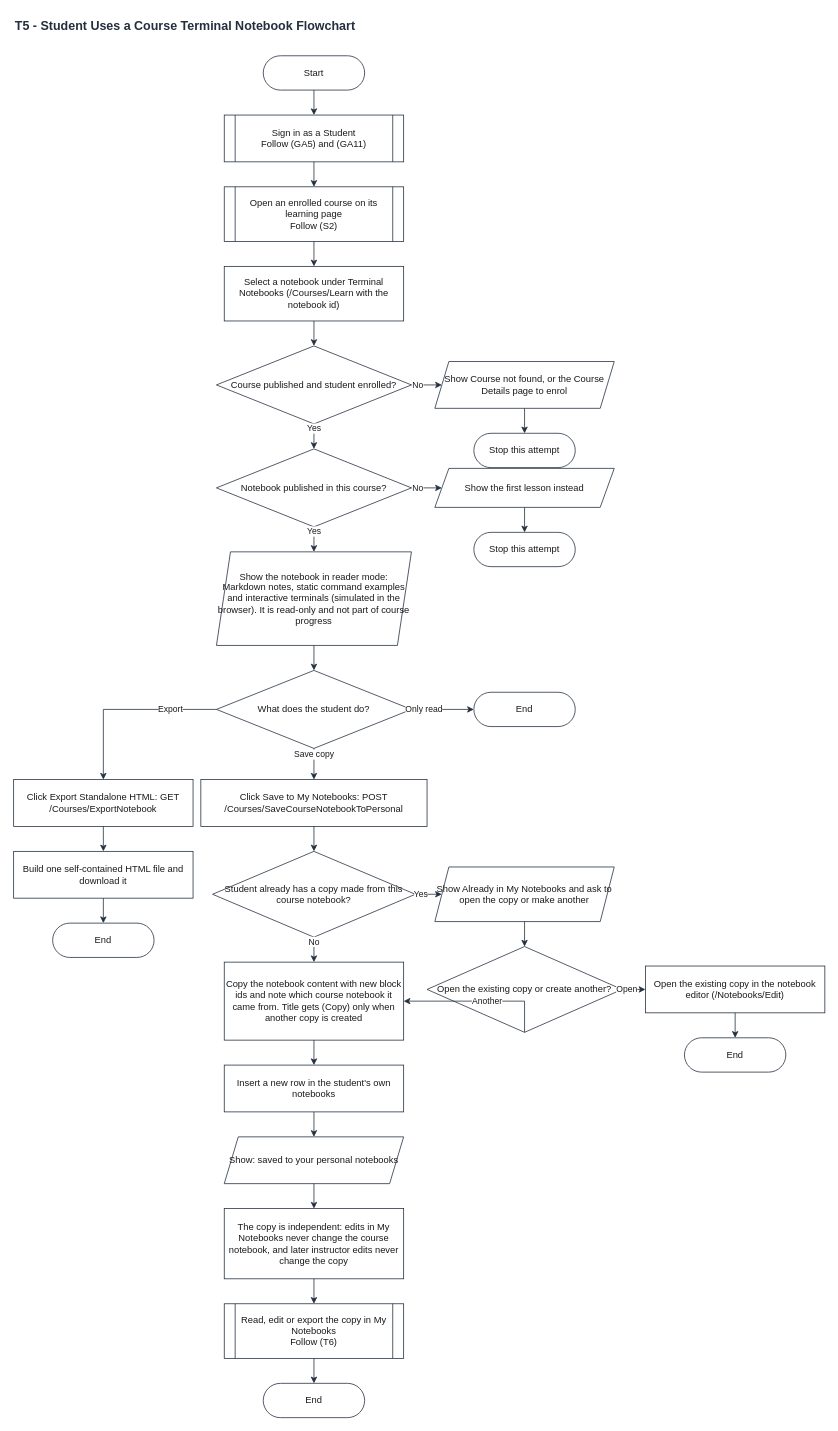
This is UML DIAGRAMS/HackAcad_Terminal_Flowcharts/HackAcad_T5_Student_Use_Course_Notebook.drawio from pikaitoh/HackAcad.Web, a draw.io file, before an edit. Source tidied: cells renumbered, new cells numbered last; positions are measured from the earlier drawing's top-left corner, leaving out a move shared by most shapes. Both pictures are drawn from the tidied source at 78%, with x=0, y=0 at pixel (13, 13).
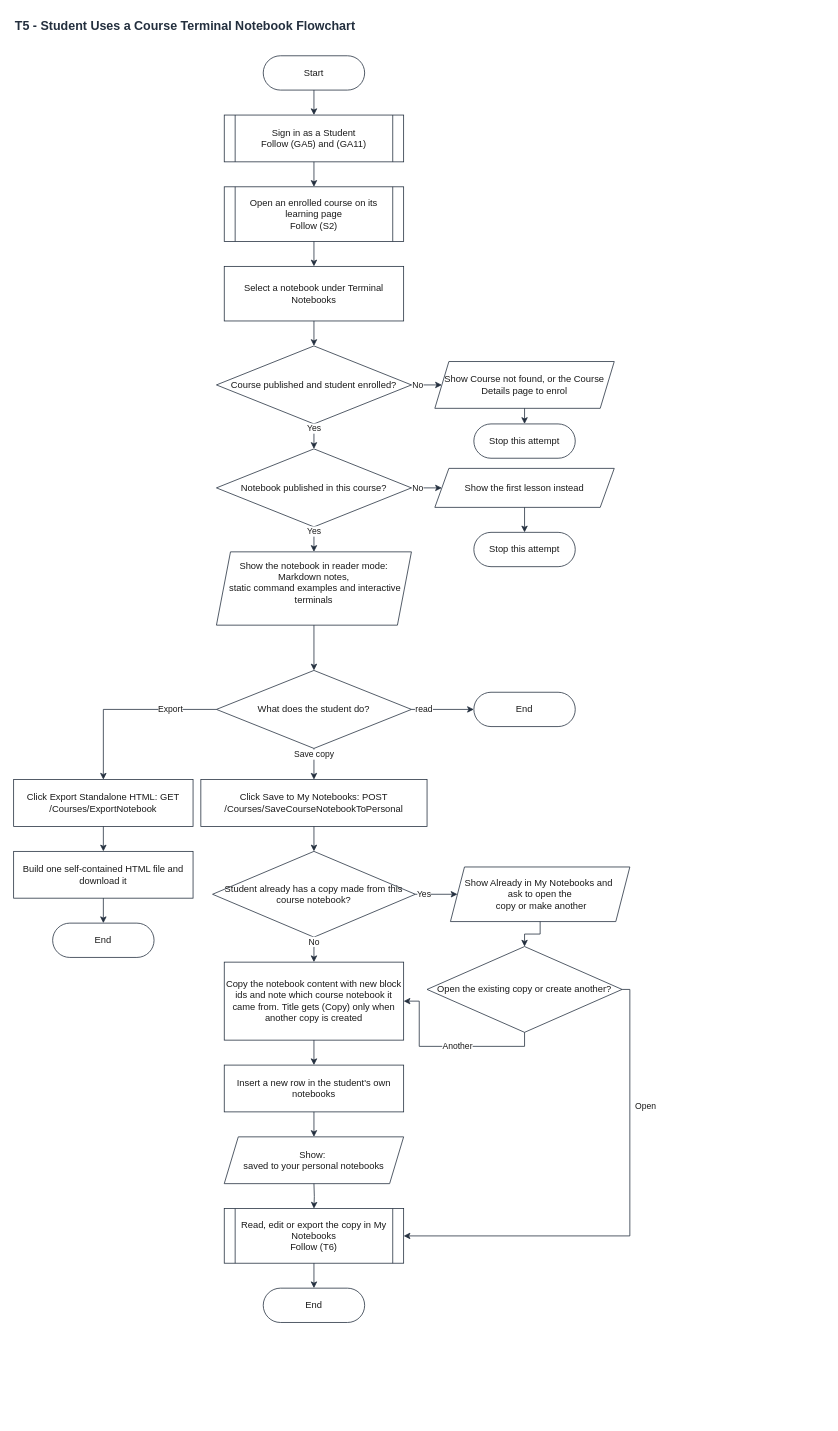
After the change.

Commit message (it also covers changes not shown here):
updated terminal flowchart

Unchanged cells that the change refers to:
```xml
<mxCell id="14" value="What does the student do?" style="rhombus;whiteSpace=wrap;html=1;fontFamily=Helvetica;fontSize=12;fontColor=#1A1A1A;strokeColor=#232F3E;fillColor=#FFFFFF;strokeWidth=1;" parent="1" vertex="1">
  <mxGeometry x="260" y="842" width="250" height="100" as="geometry" />
</mxCell>
<mxCell id="18" value="End" style="rounded=1;arcSize=50;whiteSpace=wrap;html=1;fontFamily=Helvetica;fontSize=12;fontColor=#1A1A1A;strokeColor=#232F3E;fillColor=#FFFFFF;strokeWidth=1;" parent="1" vertex="1">
  <mxGeometry x="590" y="870" width="130" height="44" as="geometry" />
</mxCell>
<mxCell id="22" value="Open the existing copy or create another?" style="rhombus;whiteSpace=wrap;html=1;fontFamily=Helvetica;fontSize=12;fontColor=#1A1A1A;strokeColor=#232F3E;fillColor=#FFFFFF;strokeWidth=1;" parent="1" vertex="1">
  <mxGeometry x="530" y="1196" width="250" height="110" as="geometry" />
</mxCell>
<mxCell id="25" value="Copy the notebook content with new block ids and note which course notebook it came from. Title gets (Copy) only when another copy is created" style="rounded=0;whiteSpace=wrap;html=1;fontFamily=Helvetica;fontSize=12;fontColor=#1A1A1A;strokeColor=#232F3E;fillColor=#FFFFFF;strokeWidth=1;" parent="1" vertex="1">
  <mxGeometry x="270" y="1216" width="230" height="100" as="geometry" />
</mxCell>
```

Diff of the diagram source:
```diff
@@
-    <mxCell id="6" value="Select a notebook under Terminal Notebooks (/Courses/Learn with the notebook id)" style="rounded=0;whiteSpace=wrap;html=1;fontFamily=Helvetica;fontSize=12;fontColor=#1A1A1A;strokeColor=#232F3E;fillColor=#FFFFFF;strokeWidth=1;" parent="1" vertex="1">
+    <mxCell id="6" value="Select a notebook under Terminal Notebooks" style="rounded=0;whiteSpace=wrap;html=1;fontFamily=Helvetica;fontSize=12;fontColor=#1A1A1A;strokeColor=#232F3E;fillColor=#FFFFFF;strokeWidth=1;" parent="1" vertex="1">
       <mxGeometry x="270" y="324" width="230" height="70" as="geometry" />
     </mxCell>
@@
     <mxCell id="9" value="Stop this attempt" style="rounded=1;arcSize=50;whiteSpace=wrap;html=1;fontFamily=Helvetica;fontSize=12;fontColor=#1A1A1A;strokeColor=#232F3E;fillColor=#FFFFFF;strokeWidth=1;" parent="1" vertex="1">
-      <mxGeometry x="590" y="538" width="130" height="44" as="geometry" />
+      <mxGeometry x="590" y="526" width="130" height="44" as="geometry" />
     </mxCell>
@@
-    <mxCell id="13" value="Show the notebook in reader mode: Markdown notes, static command examples and interactive terminals (simulated in the browser). It is read-only and not part of course progress" style="shape=parallelogram;perimeter=parallelogramPerimeter;fixedSize=1;size=18;whiteSpace=wrap;html=1;fontFamily=Helvetica;fontSize=12;fontColor=#1A1A1A;strokeColor=#232F3E;fillColor=#FFFFFF;strokeWidth=1;" parent="1" vertex="1">
-      <mxGeometry x="260" y="690" width="250" height="120" as="geometry" />
+    <mxCell id="13" value="&lt;div&gt;Show the notebook in reader mode: Markdown notes,&lt;/div&gt;&lt;div&gt;&amp;nbsp;static command examples and interactive terminals&lt;/div&gt;&lt;div&gt;&lt;br&gt;&lt;/div&gt;" style="shape=parallelogram;perimeter=parallelogramPerimeter;fixedSize=1;size=18;whiteSpace=wrap;html=1;fontFamily=Helvetica;fontSize=12;fontColor=#1A1A1A;strokeColor=#232F3E;fillColor=#FFFFFF;strokeWidth=1;" parent="1" vertex="1">
+      <mxGeometry x="260" y="690" width="250" height="94" as="geometry" />
     </mxCell>
@@
-    <mxCell id="21" value="Show Already in My Notebooks and ask to open the copy or make another" style="shape=parallelogram;perimeter=parallelogramPerimeter;fixedSize=1;size=18;whiteSpace=wrap;html=1;fontFamily=Helvetica;fontSize=12;fontColor=#1A1A1A;strokeColor=#232F3E;fillColor=#FFFFFF;strokeWidth=1;" parent="1" vertex="1">
-      <mxGeometry x="540" y="1094" width="230" height="70" as="geometry" />
+    <mxCell id="21" value="&lt;div&gt;Show Already in My Notebooks and&amp;nbsp;&lt;/div&gt;&lt;div&gt;ask to open the&lt;/div&gt;&lt;div&gt;&amp;nbsp;copy or make another&lt;/div&gt;" style="shape=parallelogram;perimeter=parallelogramPerimeter;fixedSize=1;size=18;whiteSpace=wrap;html=1;fontFamily=Helvetica;fontSize=12;fontColor=#1A1A1A;strokeColor=#232F3E;fillColor=#FFFFFF;strokeWidth=1;" parent="1" vertex="1">
+      <mxGeometry x="560" y="1094" width="230" height="70" as="geometry" />
     </mxCell>
@@
-    <mxCell id="23" value="Open the existing copy in the notebook editor (/Notebooks/Edit)" style="rounded=0;whiteSpace=wrap;html=1;fontFamily=Helvetica;fontSize=12;fontColor=#1A1A1A;strokeColor=#232F3E;fillColor=#FFFFFF;strokeWidth=1;" parent="1" vertex="1">
-      <mxGeometry x="810" y="1221" width="230" height="60" as="geometry" />
-    </mxCell>
-    <mxCell id="24" value="End" style="rounded=1;arcSize=50;whiteSpace=wrap;html=1;fontFamily=Helvetica;fontSize=12;fontColor=#1A1A1A;strokeColor=#232F3E;fillColor=#FFFFFF;strokeWidth=1;" parent="1" vertex="1">
-      <mxGeometry x="860" y="1313" width="130" height="44" as="geometry" />
-    </mxCell>
@@
-    <mxCell id="27" value="Show: saved to your personal notebooks" style="shape=parallelogram;perimeter=parallelogramPerimeter;fixedSize=1;size=18;whiteSpace=wrap;html=1;fontFamily=Helvetica;fontSize=12;fontColor=#1A1A1A;strokeColor=#232F3E;fillColor=#FFFFFF;strokeWidth=1;" parent="1" vertex="1">
+    <mxCell id="27" value="&lt;div&gt;Show:&amp;nbsp;&lt;/div&gt;&lt;div&gt;saved to your personal notebooks&lt;/div&gt;" style="shape=parallelogram;perimeter=parallelogramPerimeter;fixedSize=1;size=18;whiteSpace=wrap;html=1;fontFamily=Helvetica;fontSize=12;fontColor=#1A1A1A;strokeColor=#232F3E;fillColor=#FFFFFF;strokeWidth=1;" parent="1" vertex="1">
       <mxGeometry x="270" y="1440" width="230" height="60" as="geometry" />
     </mxCell>
-    <mxCell id="28" value="The copy is independent: edits in My Notebooks never change the course notebook, and later instructor edits never change the copy" style="rounded=0;whiteSpace=wrap;html=1;fontFamily=Helvetica;fontSize=12;fontColor=#1A1A1A;strokeColor=#232F3E;fillColor=#FFFFFF;strokeWidth=1;" parent="1" vertex="1">
-      <mxGeometry x="270" y="1532" width="230" height="90" as="geometry" />
-    </mxCell>
     <mxCell id="29" value="Read, edit or export the copy in My Notebooks&lt;br&gt;Follow (T6)" style="shape=process;backgroundOutline=1;size=0.06;whiteSpace=wrap;html=1;fontFamily=Helvetica;fontSize=12;fontColor=#1A1A1A;strokeColor=#232F3E;fillColor=#FFFFFF;strokeWidth=1;" parent="1" vertex="1">
-      <mxGeometry x="270" y="1654" width="230" height="70" as="geometry" />
+      <mxGeometry x="270" y="1532" width="230" height="70" as="geometry" />
     </mxCell>
     <mxCell id="30" value="End" style="rounded=1;arcSize=50;whiteSpace=wrap;html=1;fontFamily=Helvetica;fontSize=12;fontColor=#1A1A1A;strokeColor=#232F3E;fillColor=#FFFFFF;strokeWidth=1;" parent="1" vertex="1">
-      <mxGeometry x="320" y="1756" width="130" height="44" as="geometry" />
+      <mxGeometry x="320" y="1634" width="130" height="44" as="geometry" />
     </mxCell>
@@
-    <mxCell id="45" value="Only read" style="edgeStyle=orthogonalEdgeStyle;rounded=0;html=1;endArrow=classic;endSize=6;fontFamily=Helvetica;fontSize=11;fontColor=#1A1A1A;strokeColor=#232F3E;strokeWidth=1;labelBackgroundColor=#FFFFFF;exitX=1;exitY=0.5;exitDx=0;exitDy=0;entryX=0;entryY=0.5;entryDx=0;entryDy=0;" parent="1" edge="1" source="14" target="18">
+    <mxCell id="45" value="read" style="edgeStyle=orthogonalEdgeStyle;rounded=0;html=1;endArrow=classic;endSize=6;fontFamily=Helvetica;fontSize=11;fontColor=#1A1A1A;strokeColor=#232F3E;strokeWidth=1;labelBackgroundColor=#FFFFFF;exitX=1;exitY=0.5;exitDx=0;exitDy=0;entryX=0;entryY=0.5;entryDx=0;entryDy=0;" parent="1" edge="1" source="14" target="18">
       <mxGeometry x="-0.6" relative="1" as="geometry" />
     </mxCell>
@@
-    <mxCell id="50" value="Open" style="edgeStyle=orthogonalEdgeStyle;rounded=0;html=1;endArrow=classic;endSize=6;fontFamily=Helvetica;fontSize=11;fontColor=#1A1A1A;strokeColor=#232F3E;strokeWidth=1;labelBackgroundColor=#FFFFFF;exitX=1;exitY=0.5;exitDx=0;exitDy=0;entryX=0;entryY=0.5;entryDx=0;entryDy=0;" parent="1" edge="1" source="22" target="23">
-      <mxGeometry x="-0.6" relative="1" as="geometry" />
+    <mxCell id="50" value="Open" style="edgeStyle=orthogonalEdgeStyle;rounded=0;html=1;endArrow=classic;endSize=6;fontFamily=Helvetica;fontSize=11;fontColor=#1A1A1A;strokeColor=#232F3E;strokeWidth=1;labelBackgroundColor=#FFFFFF;exitX=1;exitY=0.5;exitDx=0;exitDy=0;entryX=1;entryY=0.5;entryDx=0;entryDy=0;" parent="1" edge="1" source="22" target="29">
+      <mxGeometry x="-0.48" y="20" relative="1" as="geometry" />
     </mxCell>
-    <mxCell id="51" style="edgeStyle=orthogonalEdgeStyle;rounded=0;html=1;endArrow=classic;endSize=6;fontFamily=Helvetica;fontSize=11;fontColor=#1A1A1A;strokeColor=#232F3E;strokeWidth=1;labelBackgroundColor=#FFFFFF;exitX=0.5;exitY=1;exitDx=0;exitDy=0;entryX=0.5;entryY=0;entryDx=0;entryDy=0;" parent="1" edge="1" source="23" target="24">
-      <mxGeometry relative="1" as="geometry" />
-    </mxCell>
     <mxCell id="52" value="Another" style="edgeStyle=orthogonalEdgeStyle;rounded=0;html=1;endArrow=classic;endSize=6;fontFamily=Helvetica;fontSize=11;fontColor=#1A1A1A;strokeColor=#232F3E;strokeWidth=1;labelBackgroundColor=#FFFFFF;exitX=0.5;exitY=1;exitDx=0;exitDy=0;entryX=1;entryY=0.5;entryDx=0;entryDy=0;" parent="1" edge="1" source="22" target="25">
       <mxGeometry x="-0.1" relative="1" as="geometry">
         <Array as="points">
-          <mxPoint x="655" y="1266" />
+          <mxPoint x="655" y="1324" />
+          <mxPoint x="520" y="1324" />
+          <mxPoint x="520" y="1266" />
         </Array>
       </mxGeometry>
     </mxCell>
@@
-    <mxCell id="56" style="edgeStyle=orthogonalEdgeStyle;rounded=0;html=1;endArrow=classic;endSize=6;fontFamily=Helvetica;fontSize=11;fontColor=#1A1A1A;strokeColor=#232F3E;strokeWidth=1;labelBackgroundColor=#FFFFFF;exitX=0.5;exitY=1;exitDx=0;exitDy=0;entryX=0.5;entryY=0;entryDx=0;entryDy=0;" parent="1" edge="1" source="27" target="28">
-      <mxGeometry relative="1" as="geometry" />
-    </mxCell>
-    <mxCell id="57" style="edgeStyle=orthogonalEdgeStyle;rounded=0;html=1;endArrow=classic;endSize=6;fontFamily=Helvetica;fontSize=11;fontColor=#1A1A1A;strokeColor=#232F3E;strokeWidth=1;labelBackgroundColor=#FFFFFF;exitX=0.5;exitY=1;exitDx=0;exitDy=0;entryX=0.5;entryY=0;entryDx=0;entryDy=0;" parent="1" edge="1" source="28" target="29">
-      <mxGeometry relative="1" as="geometry" />
+    <mxCell id="57" style="edgeStyle=orthogonalEdgeStyle;rounded=0;html=1;endArrow=classic;endSize=6;fontFamily=Helvetica;fontSize=11;fontColor=#1A1A1A;strokeColor=#232F3E;strokeWidth=1;labelBackgroundColor=#FFFFFF;exitX=0.5;exitY=1;exitDx=0;exitDy=0;entryX=0.5;entryY=0;entryDx=0;entryDy=0;" parent="1" edge="1" target="29">
+      <mxGeometry relative="1" as="geometry">
+        <mxPoint x="385" y="1500" as="sourcePoint" />
+      </mxGeometry>
     </mxCell>
```
